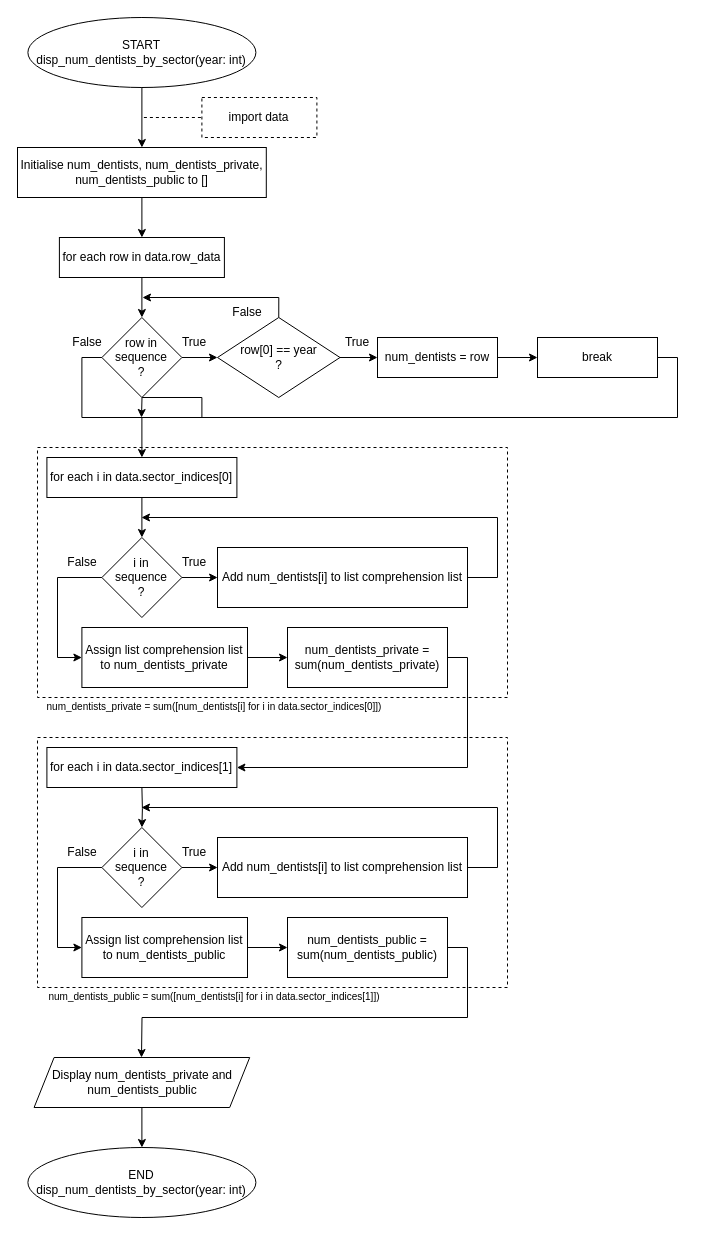
Above: Flow Charts/disp_num_dentists_by_sector.drawio in SNGTech/CPPSProject (draw.io), before the change. Source tidied: cells renumbered, new cells numbered last; positions are measured from the earlier drawing's top-left corner, leaving out a move shared by most shapes. Both pictures are drawn from the tidied source at 100%, with x=0, y=0 at pixel (17, 17).
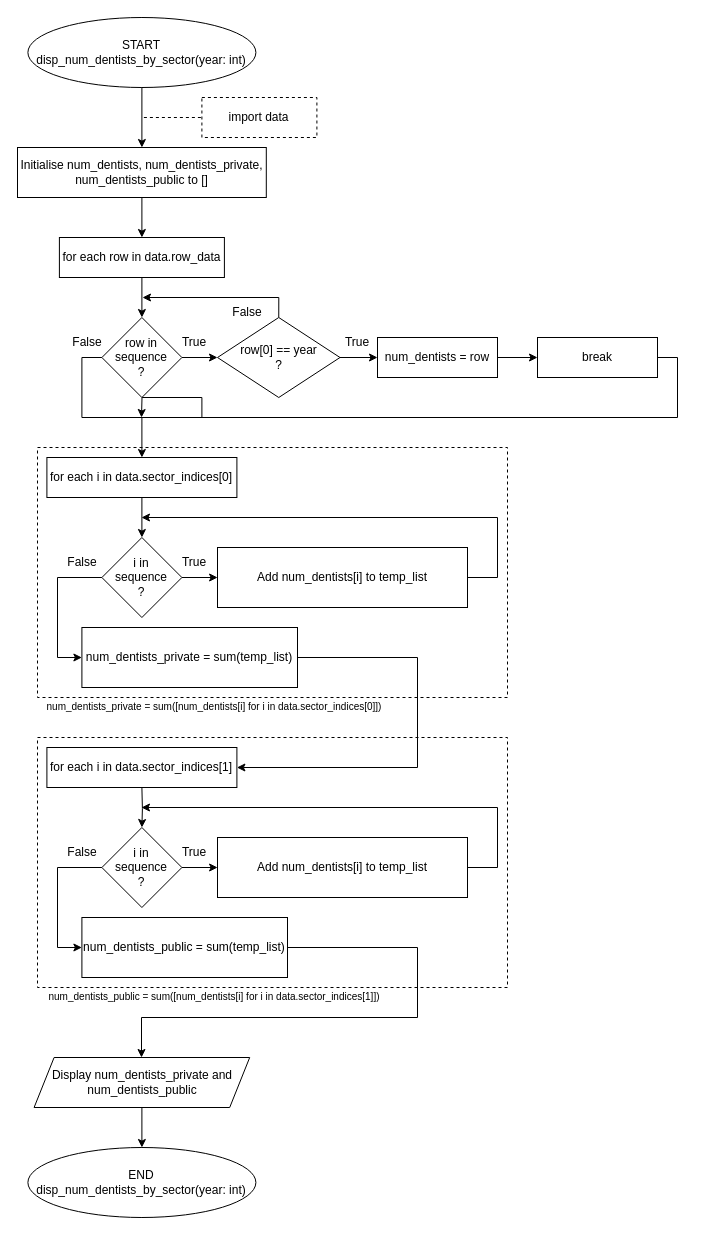
The same diagram, later.

Unchanged cells that the change refers to:
```xml
<mxCell id="25" value="i in&lt;br&gt;sequence&lt;br&gt;?" style="rhombus;whiteSpace=wrap;html=1;" parent="1" vertex="1">
  <mxGeometry x="84.4" y="520" width="80" height="80" as="geometry" />
</mxCell>
<mxCell id="42" value="i in&lt;br&gt;sequence&lt;br&gt;?" style="rhombus;whiteSpace=wrap;html=1;" parent="1" vertex="1">
  <mxGeometry x="84.4" y="810" width="80" height="80" as="geometry" />
</mxCell>
<mxCell id="53" value="for each i in data.sector_indices[1]" style="rounded=0;whiteSpace=wrap;html=1;" parent="1" vertex="1">
  <mxGeometry x="29.4" y="730" width="190" height="40" as="geometry" />
</mxCell>
```

Change to the diagram source:
```diff
@@
-    <mxCell id="24" style="edgeStyle=orthogonalEdgeStyle;rounded=0;jettySize=auto;html=1;exitX=0;exitY=0.5;exitDx=0;exitDy=0;entryX=0;entryY=0.5;entryDx=0;entryDy=0;" parent="1" edge="1" source="25" target="35">
+    <mxCell id="24" style="edgeStyle=orthogonalEdgeStyle;rounded=0;jettySize=auto;html=1;exitX=0;exitY=0.5;exitDx=0;exitDy=0;entryX=0;entryY=0.5;entryDx=0;entryDy=0;" parent="1" edge="1" source="25">
       <mxGeometry relative="1" as="geometry">
+        <mxPoint x="64.4" y="640" as="targetPoint" />
         <Array as="points">
           <mxPoint x="40" y="560" />
           <mxPoint x="40" y="640" />
         </Array>
       </mxGeometry>
     </mxCell>
@@
-    <mxCell id="32" value="Add num_dentists[i] to list comprehension list" style="rounded=0;whiteSpace=wrap;html=1;" parent="1" vertex="1">
+    <mxCell id="32" value="Add num_dentists[i] to temp_list" style="rounded=0;whiteSpace=wrap;html=1;" parent="1" vertex="1">
       <mxGeometry x="200" y="530" width="250" height="60" as="geometry" />
     </mxCell>
@@
-    <mxCell id="34" style="edgeStyle=orthogonalEdgeStyle;rounded=0;jettySize=auto;html=1;" parent="1" edge="1" source="35" target="38">
-      <mxGeometry relative="1" as="geometry" />
-    </mxCell>
-    <mxCell id="35" value="Assign list comprehension list to num_dentists_private" style="rounded=0;whiteSpace=wrap;html=1;" parent="1" vertex="1">
-      <mxGeometry x="64.4" y="610" width="165.6" height="60" as="geometry" />
-    </mxCell>
@@
     <mxCell id="37" style="edgeStyle=orthogonalEdgeStyle;rounded=0;jettySize=auto;html=1;exitX=1;exitY=0.5;exitDx=0;exitDy=0;fontFamily=Lucida Console;fontSize=10;entryX=1;entryY=0.5;entryDx=0;entryDy=0;" parent="1" edge="1" source="38" target="53">
       <mxGeometry relative="1" as="geometry">
         <Array as="points">
-          <mxPoint x="450" y="640" />
-          <mxPoint x="450" y="750" />
+          <mxPoint x="400" y="640" />
+          <mxPoint x="400" y="750" />
         </Array>
       </mxGeometry>
     </mxCell>
-    <mxCell id="38" value="num_dentists_private = sum(num_dentists_private)" style="whiteSpace=wrap;html=1;rounded=0;" parent="1" vertex="1">
-      <mxGeometry x="270" y="610" width="160" height="60" as="geometry" />
+    <mxCell id="38" value="num_dentists_private = sum(temp_list)" style="whiteSpace=wrap;html=1;rounded=0;" parent="1" vertex="1">
+      <mxGeometry x="64.4" y="610" width="215.6" height="60" as="geometry" />
     </mxCell>
@@
-    <mxCell id="41" style="edgeStyle=orthogonalEdgeStyle;rounded=0;jettySize=auto;html=1;exitX=0;exitY=0.5;exitDx=0;exitDy=0;entryX=0;entryY=0.5;entryDx=0;entryDy=0;" parent="1" edge="1" source="42" target="49">
+    <mxCell id="41" style="edgeStyle=orthogonalEdgeStyle;rounded=0;jettySize=auto;html=1;exitX=0;exitY=0.5;exitDx=0;exitDy=0;entryX=0;entryY=0.5;entryDx=0;entryDy=0;" parent="1" edge="1" source="42">
       <mxGeometry relative="1" as="geometry">
+        <mxPoint x="64.4" y="930" as="targetPoint" />
         <Array as="points">
           <mxPoint x="40" y="850" />
           <mxPoint x="40" y="930" />
         </Array>
       </mxGeometry>
     </mxCell>
@@
-    <mxCell id="46" value="Add num_dentists[i] to list comprehension list" style="rounded=0;whiteSpace=wrap;html=1;" parent="1" vertex="1">
+    <mxCell id="46" value="Add num_dentists[i] to temp_list" style="rounded=0;whiteSpace=wrap;html=1;" parent="1" vertex="1">
       <mxGeometry x="200" y="820" width="250" height="60" as="geometry" />
     </mxCell>
@@
-    <mxCell id="48" style="edgeStyle=orthogonalEdgeStyle;rounded=0;jettySize=auto;html=1;" parent="1" edge="1" source="49" target="52">
-      <mxGeometry relative="1" as="geometry" />
-    </mxCell>
-    <mxCell id="49" value="Assign list comprehension list to num_dentists_public" style="rounded=0;whiteSpace=wrap;html=1;" parent="1" vertex="1">
-      <mxGeometry x="64.4" y="900" width="165.6" height="60" as="geometry" />
-    </mxCell>
@@
     <mxCell id="51" style="edgeStyle=orthogonalEdgeStyle;rounded=0;jettySize=auto;html=1;exitX=1;exitY=0.5;exitDx=0;exitDy=0;fontFamily=Lucida Console;fontSize=10;" parent="1" edge="1" source="52">
       <mxGeometry relative="1" as="geometry">
         <mxPoint x="124" y="1040" as="targetPoint" />
+        <Array as="points">
+          <mxPoint x="400" y="930" />
+          <mxPoint x="400" y="1000" />
+          <mxPoint x="124" y="1000" />
+        </Array>
       </mxGeometry>
     </mxCell>
-    <mxCell id="52" value="num_dentists_public = sum(num_dentists_public)" style="whiteSpace=wrap;html=1;rounded=0;" parent="1" vertex="1">
-      <mxGeometry x="270" y="900" width="160" height="60" as="geometry" />
+    <mxCell id="52" value="num_dentists_public = sum(temp_list)" style="whiteSpace=wrap;html=1;rounded=0;" parent="1" vertex="1">
+      <mxGeometry x="64.4" y="900" width="205.6" height="60" as="geometry" />
     </mxCell>
```
